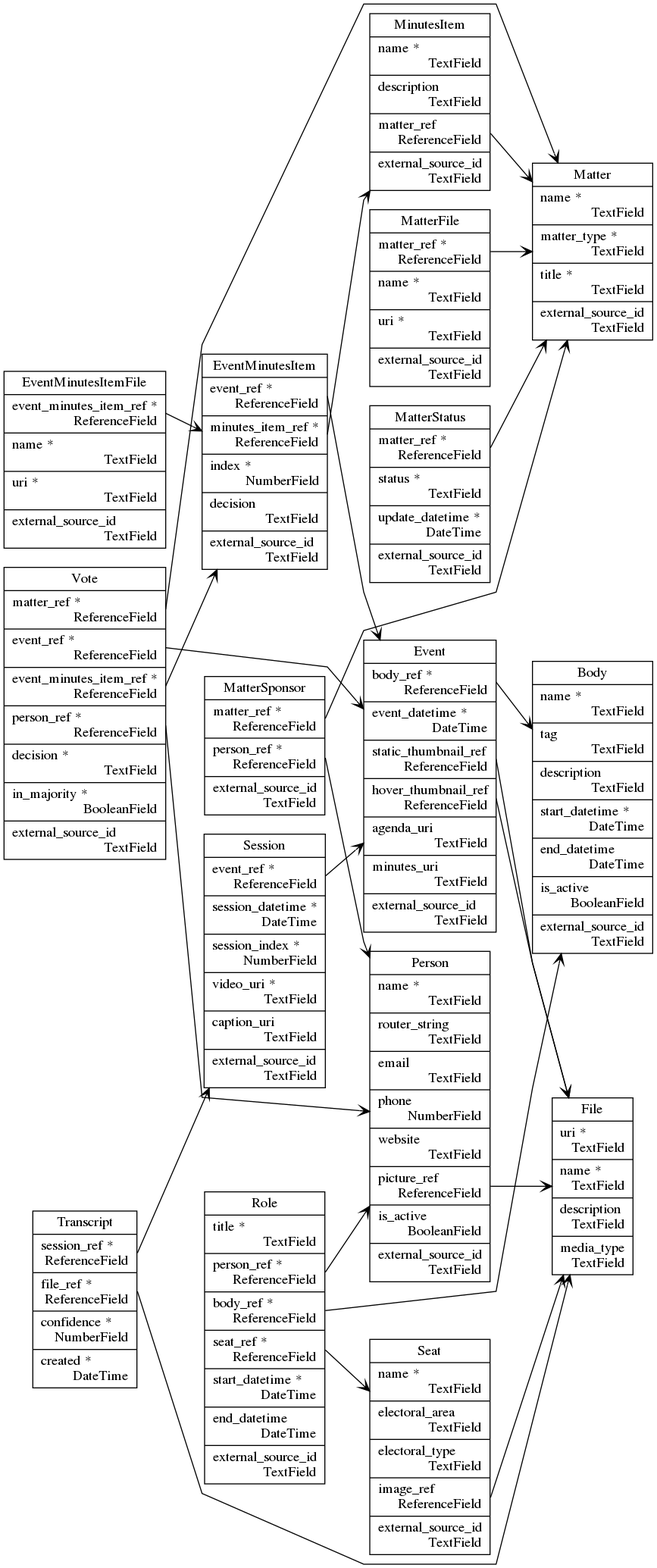
The Graphviz diagram _static/cdp_database_diagram.png in CouncilDataProject/cdp-backend, before a commit. Its source is kept beside it as _static/cdp_database_diagram.dot.
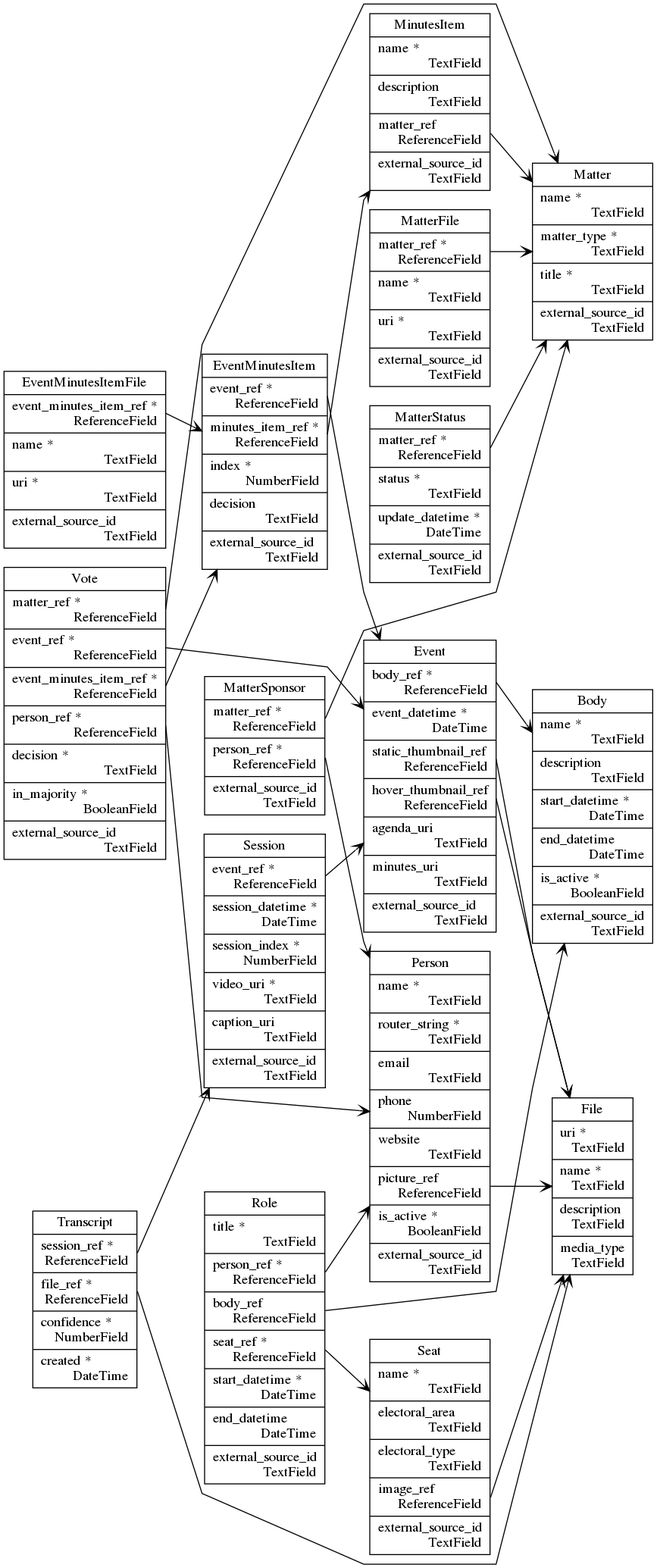
Later version of the same file.

The edit, as a diff of the source:
```diff
@@ -2,7 +2,7 @@
 	graph [bgcolor=transparent rankdir=LR splines=compound]
 	node [fillcolor=white shape=record style=filled]
 	edge [arrowhead=vee]
-	Body [label="Body | name *\l  TextField\r|tag\l  TextField\r|description\l  TextField\r|start_datetime *\l  DateTime\r|end_datetime\l  DateTime\r|is_active\l  BooleanField\r|external_source_id\l  TextField\r"]
+	Body [label="Body | name *\l  TextField\r|description\l  TextField\r|start_datetime *\l  DateTime\r|end_datetime\l  DateTime\r|is_active *\l  BooleanField\r|external_source_id\l  TextField\r"]
 	Event [label="Event | <body_ref> body_ref *\l  ReferenceField\r|event_datetime *\l  DateTime\r|<static_thumbnail_ref> static_thumbnail_ref\l  ReferenceField\r|<hover_thumbnail_ref> hover_thumbnail_ref\l  ReferenceField\r|agenda_uri\l  TextField\r|minutes_uri\l  TextField\r|external_source_id\l  TextField\r"]
 	EventMinutesItem [label="EventMinutesItem | <event_ref> event_ref *\l  ReferenceField\r|<minutes_item_ref> minutes_item_ref *\l  ReferenceField\r|index *\l  NumberField\r|decision\l  TextField\r|external_source_id\l  TextField\r"]
 	EventMinutesItemFile [label="EventMinutesItemFile | <event_minutes_item_ref> event_minutes_item_ref *\l  ReferenceField\r|name *\l  TextField\r|uri *\l  TextField\r|external_source_id\l  TextField\r"]
@@ -12,8 +12,8 @@
 	MatterSponsor [label="MatterSponsor | <matter_ref> matter_ref *\l  ReferenceField\r|<person_ref> person_ref *\l  ReferenceField\r|external_source_id\l  TextField\r"]
 	MatterStatus [label="MatterStatus | <matter_ref> matter_ref *\l  ReferenceField\r|status *\l  TextField\r|update_datetime *\l  DateTime\r|external_source_id\l  TextField\r"]
 	MinutesItem [label="MinutesItem | name *\l  TextField\r|description\l  TextField\r|<matter_ref> matter_ref\l  ReferenceField\r|external_source_id\l  TextField\r"]
-	Person [label="Person | name *\l  TextField\r|router_string\l  TextField\r|email\l  TextField\r|phone\l  NumberField\r|website\l  TextField\r|<picture_ref> picture_ref\l  ReferenceField\r|is_active\l  BooleanField\r|external_source_id\l  TextField\r"]
-	Role [label="Role | title *\l  TextField\r|<person_ref> person_ref *\l  ReferenceField\r|<body_ref> body_ref *\l  ReferenceField\r|<seat_ref> seat_ref *\l  ReferenceField\r|start_datetime *\l  DateTime\r|end_datetime\l  DateTime\r|external_source_id\l  TextField\r"]
+	Person [label="Person | name *\l  TextField\r|router_string *\l  TextField\r|email\l  TextField\r|phone\l  NumberField\r|website\l  TextField\r|<picture_ref> picture_ref\l  ReferenceField\r|is_active *\l  BooleanField\r|external_source_id\l  TextField\r"]
+	Role [label="Role | title *\l  TextField\r|<person_ref> person_ref *\l  ReferenceField\r|<body_ref> body_ref\l  ReferenceField\r|<seat_ref> seat_ref *\l  ReferenceField\r|start_datetime *\l  DateTime\r|end_datetime\l  DateTime\r|external_source_id\l  TextField\r"]
 	Seat [label="Seat | name *\l  TextField\r|electoral_area\l  TextField\r|electoral_type\l  TextField\r|<image_ref> image_ref\l  ReferenceField\r|external_source_id\l  TextField\r"]
 	Session [label="Session | <event_ref> event_ref *\l  ReferenceField\r|session_datetime *\l  DateTime\r|session_index *\l  NumberField\r|video_uri *\l  TextField\r|caption_uri\l  TextField\r|external_source_id\l  TextField\r"]
 	Transcript [label="Transcript | <session_ref> session_ref *\l  ReferenceField\r|<file_ref> file_ref *\l  ReferenceField\r|confidence *\l  NumberField\r|created *\l  DateTime\r"]
```
